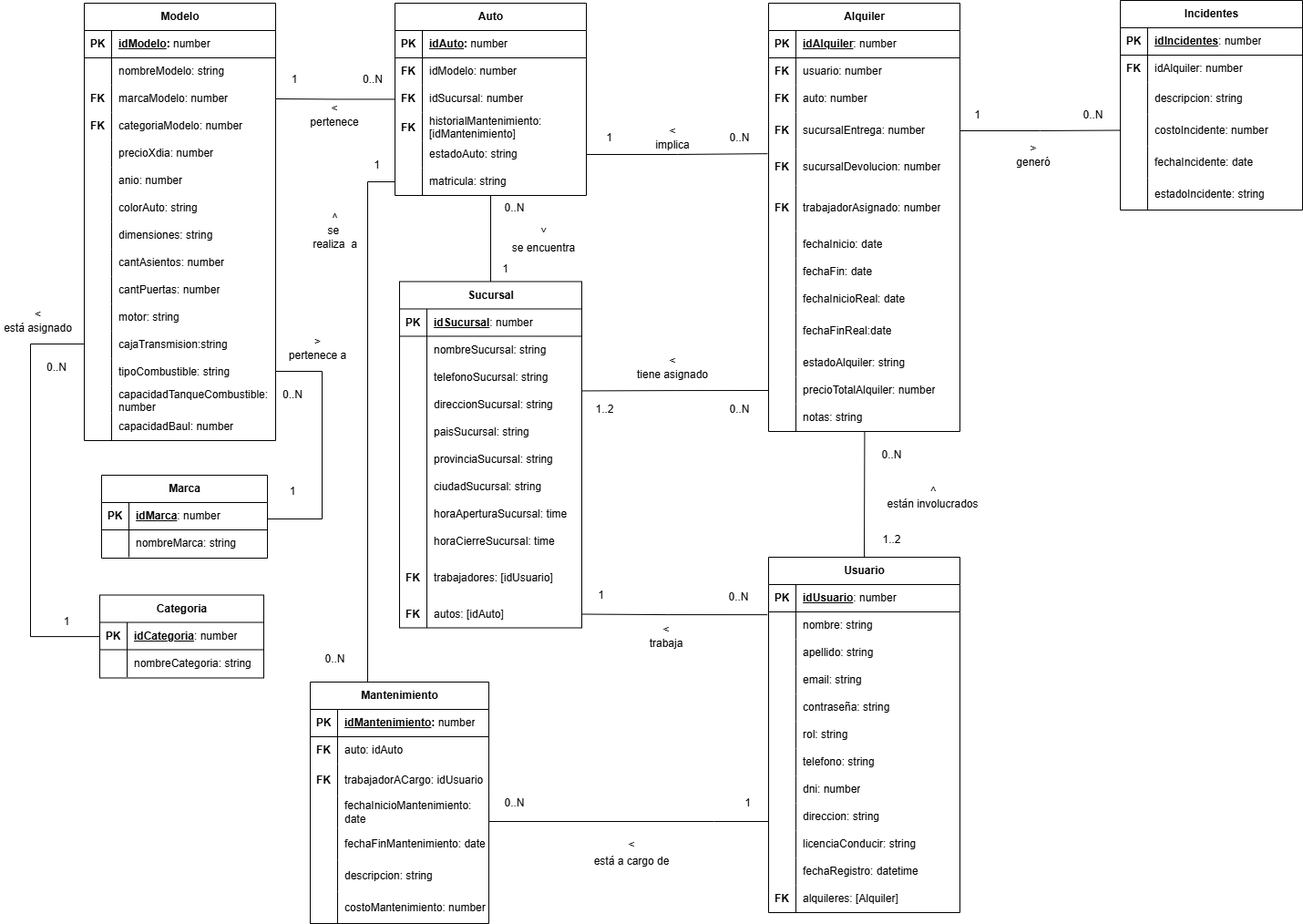
nicodiber/DSW-TP-AlquilerAutos keeps this draw.io diagram as assets/modelo-dominio.png. Above is the earlier version. Source tidied: cells renumbered, new cells last; positions are measured from the earlier drawing's top-left corner, leaving out a move shared by most shapes.
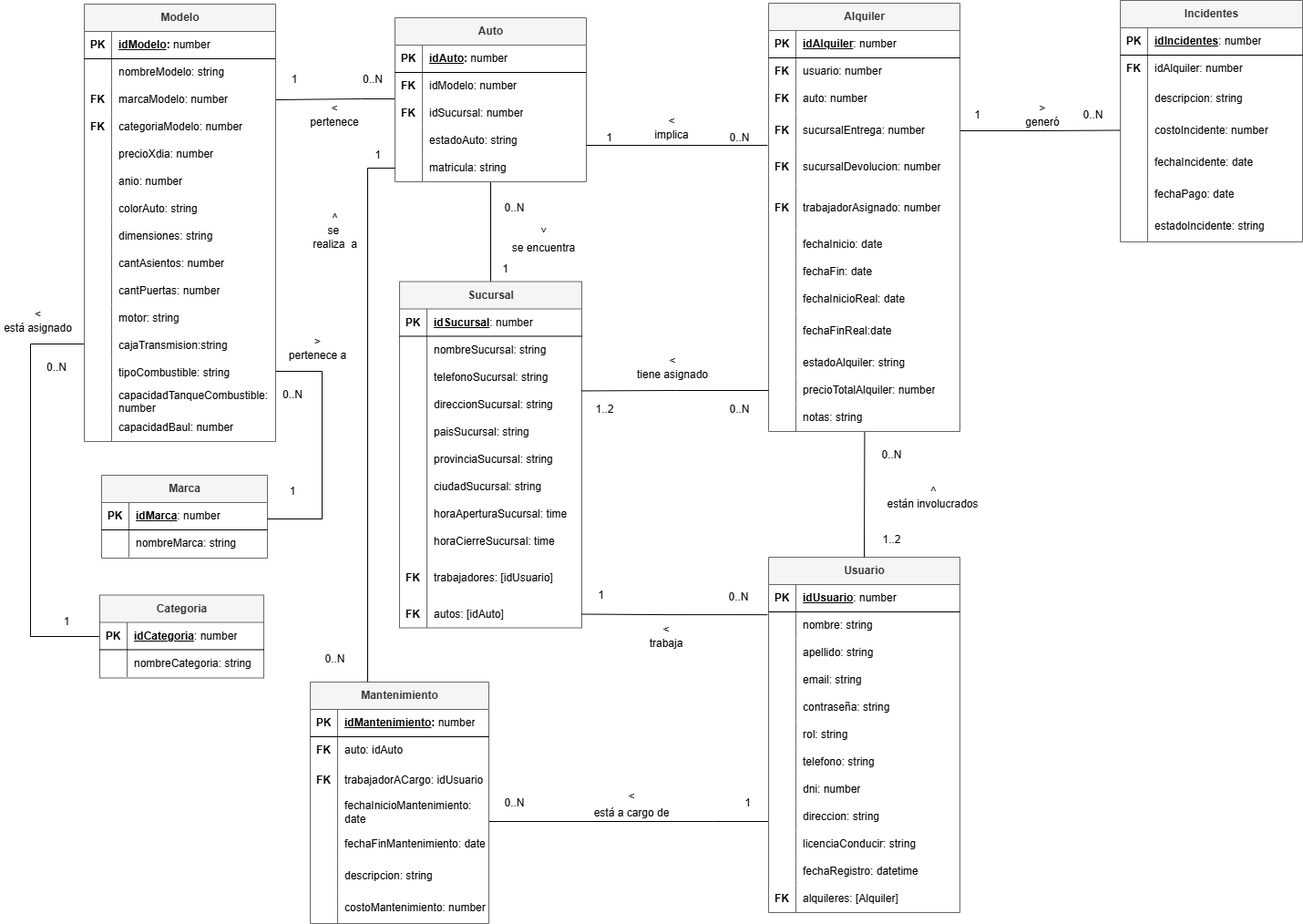
After the commit.

What changed in the source:
```diff
@@ -5,7 +5,7 @@
     <mxCell id="2" style="edgeStyle=orthogonalEdgeStyle;rounded=0;jettySize=auto;html=1;entryX=0;entryY=0.5;entryDx=0;entryDy=0;exitX=1;exitY=0.5;exitDx=0;exitDy=0;endArrow=none;endFill=0;" parent="1" edge="1" source="13" target="162">
       <mxGeometry relative="1" as="geometry" />
     </mxCell>
-    <mxCell id="3" value="Alquiler" style="shape=table;startSize=30;rowLines=0;fontStyle=1;align=center;html=1;" parent="1" vertex="1">
+    <mxCell id="3" value="Alquiler" style="shape=table;startSize=30;rowLines=0;fontStyle=1;align=center;html=1;fillColor=#f5f5f5;strokeColor=#666666;fontColor=#333333;" parent="1" vertex="1">
       <mxGeometry x="843" y="3" width="210" height="470" as="geometry" />
     </mxCell>
     <mxCell id="4" style="shape=tableRow;horizontal=0;startSize=0;swimlaneHead=0;swimlaneBody=0;fillColor=none;top=0;left=0;right=0;bottom=1;" parent="3" vertex="1">
@@ -126,13 +126,18 @@
       <mxGeometry x="30" width="180" height="30" as="geometry" />
     </mxCell>
     <mxCell id="43" style="edgeStyle=orthogonalEdgeStyle;rounded=0;jettySize=auto;html=1;entryX=1;entryY=0.5;entryDx=0;entryDy=0;endArrow=none;endFill=0;" parent="1" edge="1" source="45" target="228">
-      <mxGeometry relative="1" as="geometry" />
+      <mxGeometry relative="1" as="geometry">
+        <Array as="points">
+          <mxPoint x="396" y="108" />
+          <mxPoint x="396" y="108" />
+        </Array>
+      </mxGeometry>
     </mxCell>
     <mxCell id="44" style="edgeStyle=orthogonalEdgeStyle;rounded=0;jettySize=auto;html=1;entryX=0.5;entryY=0;entryDx=0;entryDy=0;endArrow=none;endFill=0;" parent="1" edge="1" source="45" target="64">
       <mxGeometry relative="1" as="geometry" />
     </mxCell>
-    <mxCell id="45" value="Auto" style="shape=table;startSize=30;rowLines=0;fontStyle=1;align=center;html=1;" parent="1" vertex="1">
-      <mxGeometry x="433" y="3" width="210" height="211" as="geometry" />
+    <mxCell id="45" value="Auto" style="shape=table;startSize=30;rowLines=0;fontStyle=1;align=center;html=1;fillColor=#f5f5f5;strokeColor=#666666;fontColor=#333333;" parent="1" vertex="1">
+      <mxGeometry x="433" y="19" width="210" height="180" as="geometry" />
     </mxCell>
     <mxCell id="46" style="shape=tableRow;horizontal=0;startSize=0;swimlaneHead=0;swimlaneBody=0;fillColor=none;top=0;left=0;right=0;bottom=1;" parent="45" vertex="1">
       <mxGeometry y="30" width="210" height="30" as="geometry" />
@@ -161,17 +166,8 @@
     <mxCell id="54" value="idSucursal: number" style="shape=partialRectangle;fillColor=none;top=0;left=0;bottom=0;right=0;align=left;spacingLeft=6;overflow=hidden;whiteSpace=wrap;html=1;" parent="52" vertex="1">
       <mxGeometry x="30" width="180" height="30" as="geometry" />
     </mxCell>
-    <mxCell id="55" style="shape=tableRow;horizontal=0;startSize=0;swimlaneHead=0;swimlaneBody=0;fillColor=none;top=0;left=0;right=0;bottom=0;" parent="45" vertex="1">
-      <mxGeometry y="120" width="210" height="31" as="geometry" />
-    </mxCell>
-    <mxCell id="56" style="shape=partialRectangle;fillColor=none;top=0;left=0;bottom=0;right=0;overflow=hidden;whiteSpace=wrap;html=1;" parent="55" vertex="1">
-      <mxGeometry width="30" height="31" as="geometry" />
-    </mxCell>
-    <mxCell id="57" value="historialMantenimiento: [idMantenimiento]" style="shape=partialRectangle;fillColor=none;top=0;left=0;bottom=0;right=0;align=left;spacingLeft=6;overflow=hidden;whiteSpace=wrap;html=1;strokeColor=#b85450;" parent="55" vertex="1">
-      <mxGeometry x="30" width="180" height="31" as="geometry" />
-    </mxCell>
     <mxCell id="58" style="shape=tableRow;horizontal=0;startSize=0;swimlaneHead=0;swimlaneBody=0;fillColor=none;points=[[0,0.5],[1,0.5]];portConstraint=eastwest;top=0;left=0;right=0;bottom=0;" parent="45" vertex="1">
-      <mxGeometry y="151" width="210" height="30" as="geometry" />
+      <mxGeometry y="120" width="210" height="30" as="geometry" />
     </mxCell>
     <mxCell id="59" style="shape=partialRectangle;fillColor=none;top=0;left=0;bottom=0;right=0;overflow=hidden;whiteSpace=wrap;html=1;" parent="58" vertex="1">
       <mxGeometry width="30" height="30" as="geometry" />
@@ -180,7 +176,7 @@
       <mxGeometry x="30" width="180" height="30" as="geometry" />
     </mxCell>
     <mxCell id="61" style="shape=tableRow;horizontal=0;startSize=0;swimlaneHead=0;swimlaneBody=0;fillColor=none;points=[[0,0.5],[1,0.5]];portConstraint=eastwest;top=0;left=0;right=0;bottom=0;" parent="45" vertex="1">
-      <mxGeometry y="181" width="210" height="30" as="geometry" />
+      <mxGeometry y="150" width="210" height="30" as="geometry" />
     </mxCell>
     <mxCell id="62" style="shape=partialRectangle;fillColor=none;top=0;left=0;bottom=0;right=0;overflow=hidden;whiteSpace=wrap;html=1;" parent="61" vertex="1">
       <mxGeometry width="30" height="30" as="geometry" />
@@ -188,7 +184,7 @@
     <mxCell id="63" value="matricula: string" style="shape=partialRectangle;fillColor=none;top=0;left=0;bottom=0;right=0;align=left;spacingLeft=6;overflow=hidden;whiteSpace=wrap;html=1;" parent="61" vertex="1">
       <mxGeometry x="30" width="180" height="30" as="geometry" />
     </mxCell>
-    <mxCell id="64" value="Sucursal" style="shape=table;startSize=30;rowLines=0;fontStyle=1;align=center;html=1;" parent="1" vertex="1">
+    <mxCell id="64" value="Sucursal" style="shape=table;startSize=30;rowLines=0;fontStyle=1;align=center;html=1;fillColor=#f5f5f5;strokeColor=#666666;fontColor=#333333;" parent="1" vertex="1">
       <mxGeometry x="438" y="308.5" width="200" height="380" as="geometry" />
     </mxCell>
     <mxCell id="65" style="shape=tableRow;horizontal=0;startSize=0;swimlaneHead=0;swimlaneBody=0;fillColor=none;top=0;left=0;right=0;bottom=1;" parent="64" vertex="1">
@@ -305,7 +301,7 @@
         </Array>
       </mxGeometry>
     </mxCell>
-    <mxCell id="100" value="Usuario" style="shape=table;startSize=30;rowLines=0;fontStyle=1;align=center;html=1;" parent="1" vertex="1">
+    <mxCell id="100" value="Usuario" style="shape=table;startSize=30;rowLines=0;fontStyle=1;align=center;html=1;fillColor=#f5f5f5;strokeColor=#666666;fontColor=#333333;" parent="1" vertex="1">
       <mxGeometry x="843" y="611" width="210" height="390" as="geometry" />
     </mxCell>
     <mxCell id="101" style="shape=tableRow;horizontal=0;startSize=0;swimlaneHead=0;swimlaneBody=0;fillColor=none;top=0;left=0;right=0;bottom=1;" parent="100" vertex="1">
@@ -424,7 +420,7 @@
         </Array>
       </mxGeometry>
     </mxCell>
-    <mxCell id="138" value="Categoria" style="shape=table;startSize=30;rowLines=0;fontStyle=1;align=center;html=1;" parent="1" vertex="1">
+    <mxCell id="138" value="Categoria" style="shape=table;startSize=30;rowLines=0;fontStyle=1;align=center;html=1;fillColor=#f5f5f5;strokeColor=#666666;fontColor=#333333;" parent="1" vertex="1">
       <mxGeometry x="109" y="652.5" width="180" height="91" as="geometry" />
     </mxCell>
     <mxCell id="139" style="shape=tableRow;horizontal=0;startSize=0;swimlaneHead=0;swimlaneBody=0;fillColor=none;top=0;left=0;right=0;bottom=1;" parent="138" vertex="1">
@@ -445,7 +441,7 @@
     <mxCell id="144" value="nombreCategoria: string" style="shape=partialRectangle;fillColor=none;top=0;left=0;bottom=0;right=0;align=left;spacingLeft=6;overflow=hidden;whiteSpace=wrap;html=1;" parent="142" vertex="1">
       <mxGeometry x="30" width="150" height="30" as="geometry" />
     </mxCell>
-    <mxCell id="145" value="Marca" style="shape=table;startSize=30;rowLines=0;fontStyle=1;align=center;html=1;" parent="1" vertex="1">
+    <mxCell id="145" value="Marca" style="shape=table;startSize=30;rowLines=0;fontStyle=1;align=center;html=1;fillColor=#f5f5f5;strokeColor=#666666;fontColor=#333333;" parent="1" vertex="1">
       <mxGeometry x="111" y="521" width="182" height="91" as="geometry" />
     </mxCell>
     <mxCell id="146" style="shape=tableRow;horizontal=0;startSize=0;swimlaneHead=0;swimlaneBody=0;fillColor=none;top=0;left=0;right=0;bottom=1;" parent="145" vertex="1">
@@ -466,8 +462,8 @@
     <mxCell id="151" value="nombreMarca: string" style="shape=partialRectangle;fillColor=none;top=0;left=0;bottom=0;right=0;align=left;spacingLeft=6;overflow=hidden;whiteSpace=wrap;html=1;" parent="149" vertex="1">
       <mxGeometry x="30" width="152" height="30" as="geometry" />
     </mxCell>
-    <mxCell id="152" value="Incidentes" style="shape=table;startSize=30;rowLines=0;fontStyle=1;align=center;html=1;" parent="1" vertex="1">
-      <mxGeometry x="1229" width="200" height="230" as="geometry" />
+    <mxCell id="152" value="Incidentes" style="shape=table;startSize=30;rowLines=0;fontStyle=1;align=center;html=1;fillColor=#f5f5f5;strokeColor=#666666;fontColor=#333333;" parent="1" vertex="1">
+      <mxGeometry x="1229" width="200" height="265" as="geometry" />
     </mxCell>
     <mxCell id="153" style="shape=tableRow;horizontal=0;startSize=0;swimlaneHead=0;swimlaneBody=0;fillColor=none;top=0;left=0;right=0;bottom=1;" parent="152" vertex="1">
       <mxGeometry y="30" width="200" height="30" as="geometry" />
@@ -520,17 +516,26 @@
     <mxCell id="169" style="shape=partialRectangle;fillColor=none;top=0;left=0;bottom=0;right=0;overflow=hidden;whiteSpace=wrap;html=1;" parent="168" vertex="1">
       <mxGeometry width="30" height="35" as="geometry" />
     </mxCell>
-    <mxCell id="170" value="estadoIncidente: string" style="shape=partialRectangle;top=0;left=0;bottom=0;right=0;align=left;spacingLeft=6;overflow=hidden;whiteSpace=wrap;html=1;fillColor=none;" parent="168" vertex="1">
+    <mxCell id="170" value="fechaPago: date" style="shape=partialRectangle;top=0;left=0;bottom=0;right=0;align=left;spacingLeft=6;overflow=hidden;whiteSpace=wrap;html=1;fillColor=none;" parent="168" vertex="1">
       <mxGeometry x="30" width="170" height="35" as="geometry" />
     </mxCell>
+    <mxCell id="281" style="shape=tableRow;horizontal=0;startSize=0;swimlaneHead=0;swimlaneBody=0;fillColor=none;top=0;left=0;right=0;bottom=0;" parent="152" vertex="1">
+      <mxGeometry y="230" width="200" height="35" as="geometry" />
+    </mxCell>
+    <mxCell id="282" style="shape=partialRectangle;fillColor=none;top=0;left=0;bottom=0;right=0;overflow=hidden;whiteSpace=wrap;html=1;" parent="281" vertex="1">
+      <mxGeometry width="30" height="35" as="geometry" />
+    </mxCell>
+    <mxCell id="283" value="estadoIncidente: string" style="shape=partialRectangle;top=0;left=0;bottom=0;right=0;align=left;spacingLeft=6;overflow=hidden;whiteSpace=wrap;html=1;fillColor=none;" parent="281" vertex="1">
+      <mxGeometry x="30" width="170" height="35" as="geometry" />
+    </mxCell>
     <mxCell id="171" style="edgeStyle=orthogonalEdgeStyle;rounded=0;jettySize=auto;html=1;endArrow=none;endFill=0;entryX=0;entryY=0.5;entryDx=0;entryDy=0;" parent="1" edge="1" source="172" target="61">
       <mxGeometry relative="1" as="geometry">
         <Array as="points">
-          <mxPoint x="403" y="199" />
+          <mxPoint x="403" y="184" />
         </Array>
       </mxGeometry>
     </mxCell>
-    <mxCell id="172" value="Mantenimiento" style="shape=table;startSize=30;rowLines=0;fontStyle=1;align=center;html=1;" parent="1" vertex="1">
+    <mxCell id="172" value="Mantenimiento" style="shape=table;startSize=30;rowLines=0;fontStyle=1;align=center;html=1;fillColor=#f5f5f5;strokeColor=#666666;fontColor=#333333;" parent="1" vertex="1">
       <mxGeometry x="340" y="748" width="196" height="265" as="geometry" />
     </mxCell>
     <mxCell id="173" style="shape=tableRow;horizontal=0;startSize=0;swimlaneHead=0;swimlaneBody=0;fillColor=none;top=0;left=0;right=0;bottom=1;" parent="172" vertex="1">
@@ -641,7 +646,7 @@
       <mxGeometry x="805" y="865.5" width="30" height="30" as="geometry" />
     </mxCell>
     <mxCell id="206" value="&lt;font style=&quot;font-size: 12px;&quot;&gt;&amp;lt;&lt;br style=&quot;&quot;&gt;está a cargo de&lt;/font&gt;" style="text;html=1;align=center;verticalAlign=middle;whiteSpace=wrap;rounded=0;fontSize=15;" parent="1" vertex="1">
-      <mxGeometry x="638" y="919" width="110" height="30" as="geometry" />
+      <mxGeometry x="638" y="865.5" width="110" height="30" as="geometry" />
     </mxCell>
     <mxCell id="207" value="&lt;div&gt;^&lt;/div&gt;se&amp;nbsp;&lt;div&gt;realiza&amp;nbsp; a&lt;/div&gt;" style="text;html=1;align=center;verticalAlign=middle;whiteSpace=wrap;rounded=0;" parent="1" vertex="1">
       <mxGeometry x="334.5" y="238" width="65" height="30" as="geometry" />
@@ -650,7 +655,7 @@
       <mxGeometry x="342" y="708" width="50" height="30" as="geometry" />
     </mxCell>
     <mxCell id="209" value="1" style="text;html=1;align=center;verticalAlign=middle;strokeColor=none;fillColor=none;" parent="1" vertex="1">
-      <mxGeometry x="398" y="165.5" width="30" height="30" as="geometry" />
+      <mxGeometry x="399" y="154.5" width="30" height="30" as="geometry" />
     </mxCell>
     <mxCell id="210" value="1..2" style="text;html=1;align=center;verticalAlign=middle;strokeColor=none;fillColor=none;" parent="1" vertex="1">
       <mxGeometry x="958" y="577" width="40" height="30" as="geometry" />
@@ -682,16 +687,16 @@
       <mxGeometry x="1174" y="110.5" width="50" height="30" as="geometry" />
     </mxCell>
     <mxCell id="218" value="&lt;div&gt;&amp;gt;&lt;/div&gt;&lt;div&gt;generó&lt;/div&gt;" style="text;html=1;align=center;verticalAlign=middle;whiteSpace=wrap;rounded=0;" parent="1" vertex="1">
-      <mxGeometry x="1086" y="154.5" width="96" height="30" as="geometry" />
+      <mxGeometry x="1096" y="110.5" width="96" height="30" as="geometry" />
     </mxCell>
     <mxCell id="219" value="1" style="text;html=1;align=center;verticalAlign=middle;strokeColor=none;fillColor=none;" parent="1" vertex="1">
       <mxGeometry x="653" y="135.5" width="30" height="30" as="geometry" />
     </mxCell>
     <mxCell id="220" value="&amp;lt;&lt;br&gt;&lt;div&gt;implica&lt;/div&gt;" style="text;html=1;align=center;verticalAlign=middle;whiteSpace=wrap;rounded=0;" parent="1" vertex="1">
-      <mxGeometry x="690" y="135.5" width="96" height="30" as="geometry" />
+      <mxGeometry x="689" y="124.5" width="96" height="30" as="geometry" />
     </mxCell>
-    <mxCell id="221" value="Modelo" style="shape=table;startSize=30;rowLines=0;fontStyle=1;align=center;html=1;" parent="1" vertex="1">
-      <mxGeometry x="92" y="3" width="210" height="480" as="geometry" />
+    <mxCell id="221" value="Modelo" style="shape=table;startSize=30;rowLines=0;fontStyle=1;align=center;html=1;fillColor=#f5f5f5;strokeColor=#666666;fontColor=#333333;" parent="1" vertex="1">
+      <mxGeometry x="92" y="4" width="210" height="480" as="geometry" />
     </mxCell>
     <mxCell id="222" style="shape=tableRow;horizontal=0;startSize=0;swimlaneHead=0;swimlaneBody=0;fillColor=none;top=0;left=0;right=0;bottom=1;" parent="221" vertex="1">
       <mxGeometry y="30" width="210" height="30" as="geometry" />
@@ -843,9 +848,6 @@
     <mxCell id="271" value="0..N" style="text;html=1;align=center;verticalAlign=middle;strokeColor=none;fillColor=none;" parent="1" vertex="1">
       <mxGeometry x="786" y="135.5" width="50" height="30" as="geometry" />
     </mxCell>
-    <mxCell id="272" value="&lt;span style=&quot;font-weight: 700;&quot;&gt;FK&lt;/span&gt;" style="shape=partialRectangle;fillColor=none;top=0;left=0;bottom=0;right=0;overflow=hidden;whiteSpace=wrap;html=1;" parent="1" vertex="1">
-      <mxGeometry x="433" y="124.5" width="30" height="30" as="geometry" />
-    </mxCell>
     <mxCell id="273" value="&lt;div&gt;&lt;br&gt;&lt;/div&gt;se encuentra" style="text;html=1;align=center;verticalAlign=middle;whiteSpace=wrap;rounded=0;" parent="1" vertex="1">
       <mxGeometry x="539" y="249" width="115" height="30" as="geometry" />
     </mxCell>
@@ -858,8 +860,13 @@
     <mxCell id="276" value="&lt;div&gt;&lt;span style=&quot;background-color: initial;&quot;&gt;&amp;lt;&lt;/span&gt;&lt;br&gt;&lt;/div&gt;" style="text;html=1;align=center;verticalAlign=middle;whiteSpace=wrap;rounded=0;rotation=-90;" parent="1" vertex="1">
       <mxGeometry x="579.5" y="238" width="34" height="30" as="geometry" />
     </mxCell>
-    <mxCell id="277" style="edgeStyle=orthogonalEdgeStyle;rounded=0;jettySize=auto;html=1;entryX=-0.005;entryY=0.129;entryDx=0;entryDy=0;entryPerimeter=0;endArrow=none;endFill=0;" parent="1" edge="1" source="58" target="16">
-      <mxGeometry relative="1" as="geometry" />
+    <mxCell id="277" style="edgeStyle=orthogonalEdgeStyle;rounded=0;jettySize=auto;html=1;endArrow=none;endFill=0;" parent="1" edge="1" source="58">
+      <mxGeometry relative="1" as="geometry">
+        <mxPoint x="842" y="159" as="targetPoint" />
+        <Array as="points">
+          <mxPoint x="842" y="159" />
+        </Array>
+      </mxGeometry>
     </mxCell>
     <mxCell id="278" style="group;" parent="1" vertex="1">
       <mxGeometry x="966" y="519" width="115" height="41" as="geometry" />
```
